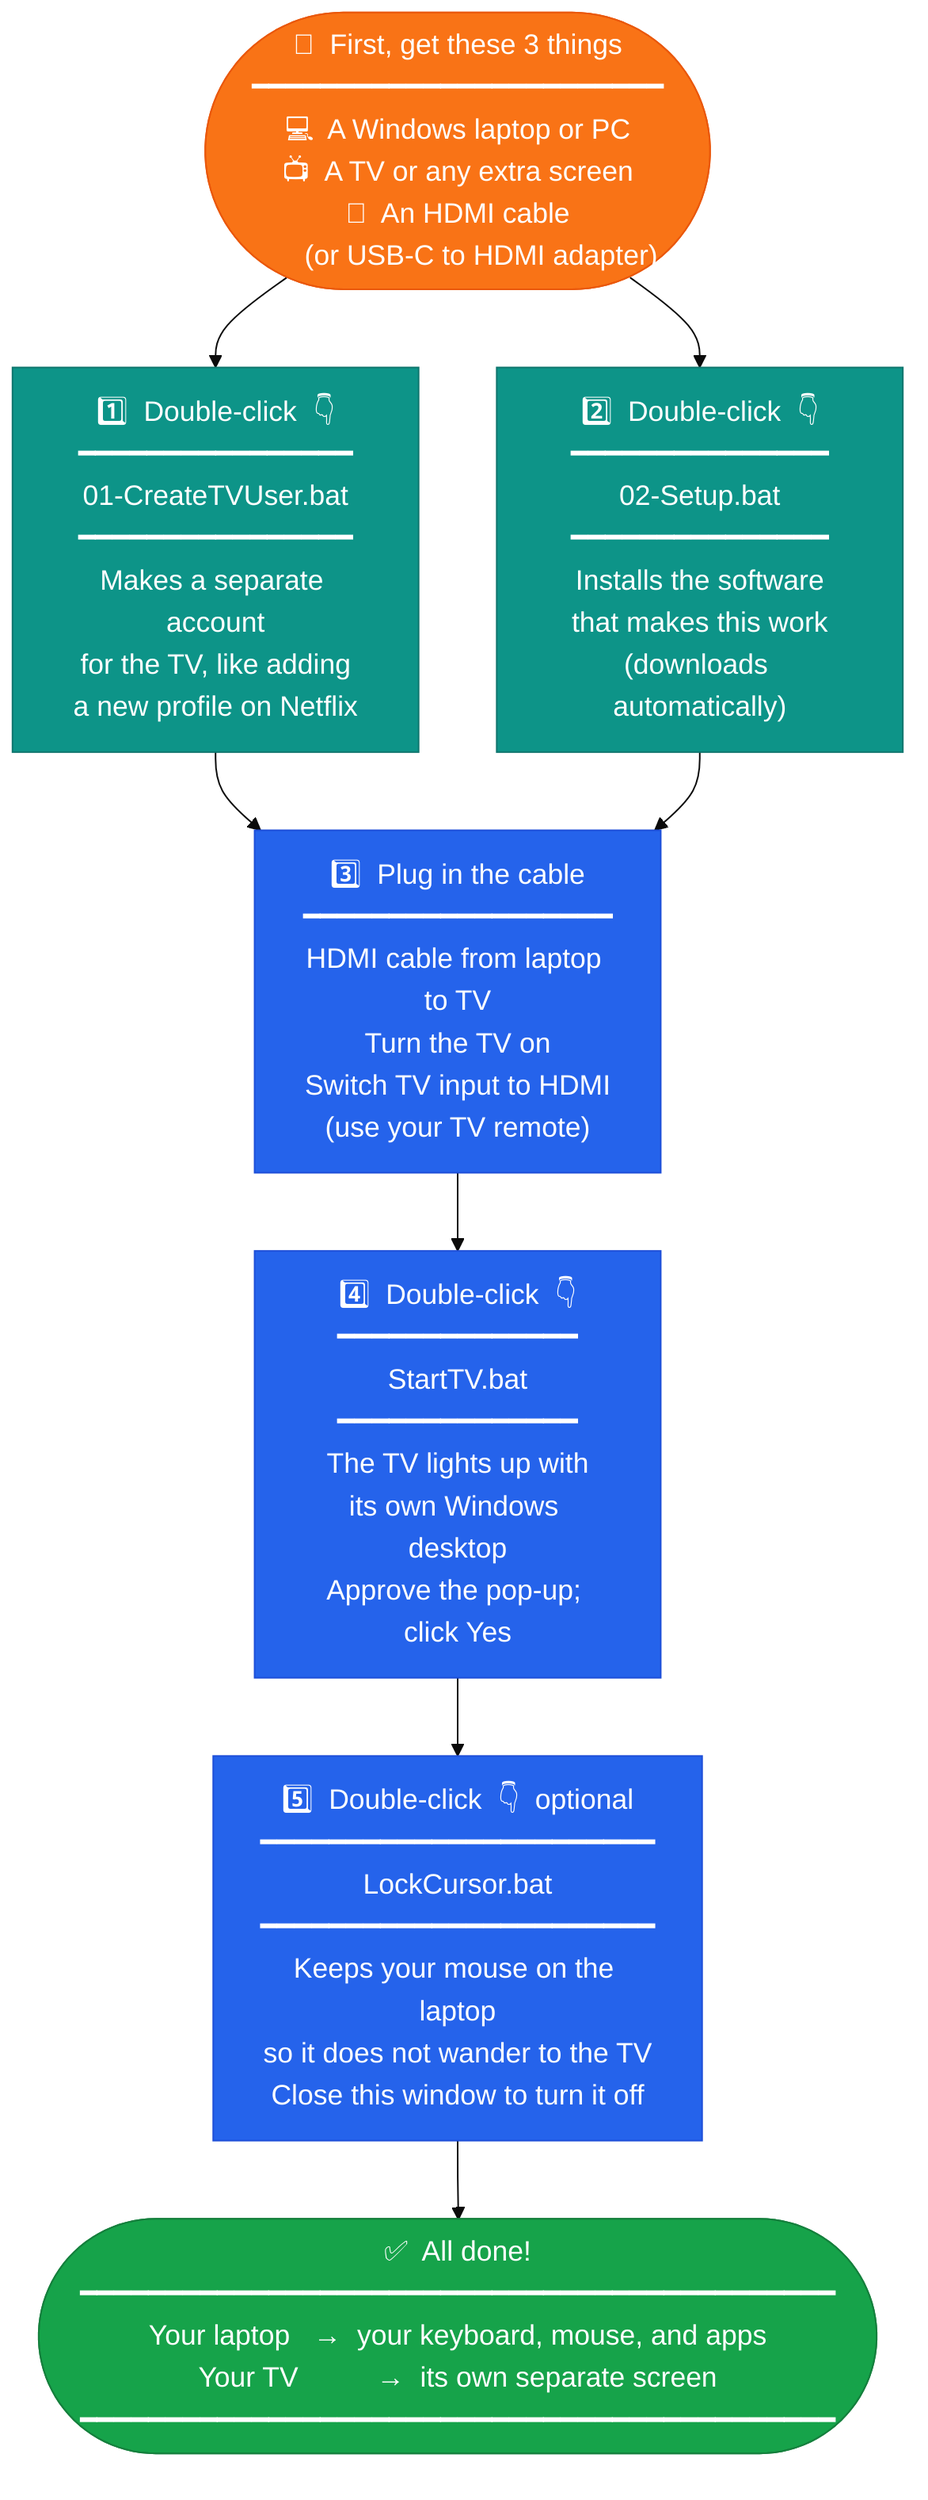
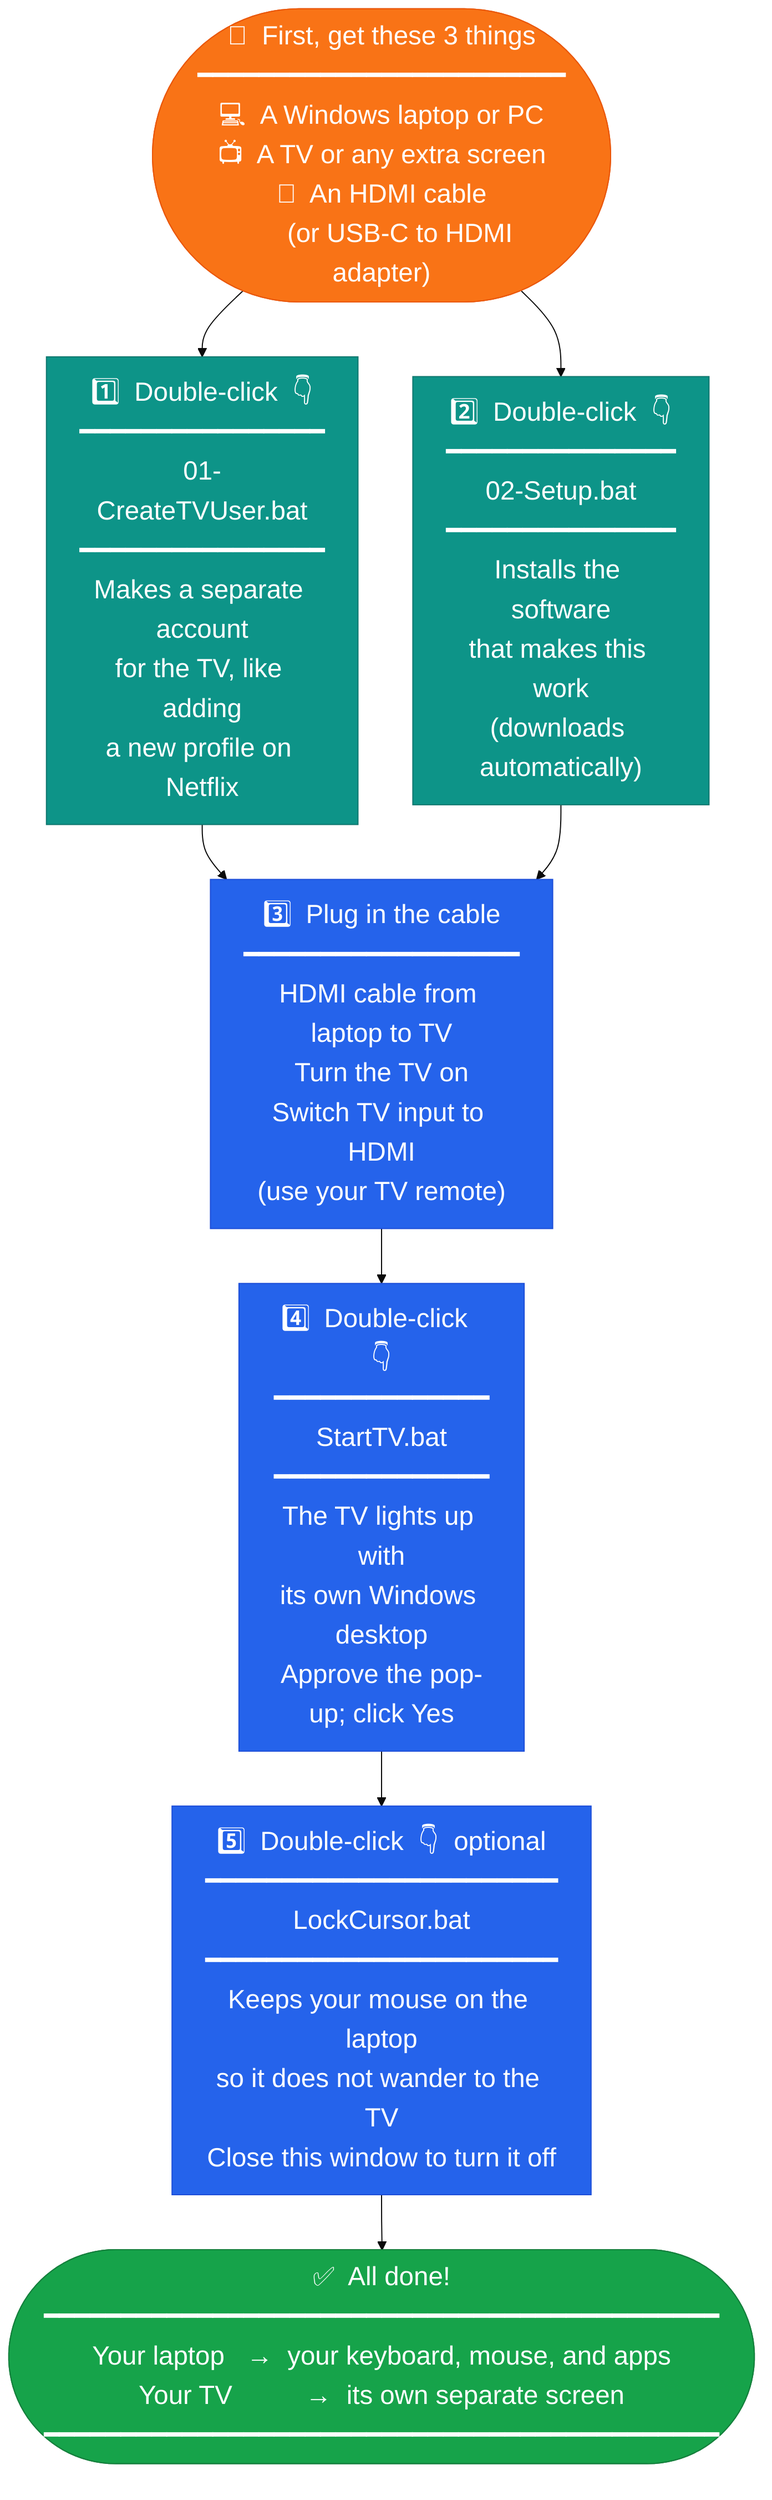
- %%{ init: { 'theme': 'base', 'themeVariables': { 'fontSize': '18px', 'fontFamily': 'arial' } } }%%
+ %%{ init: { 'theme': 'base', 'themeVariables': { 'fontSize': '24px', 'fontFamily': 'arial' } } }%%
flowchart TD
    classDef need fill:#f97316,stroke:#ea580c,color:#fff
    classDef once fill:#0d9488,stroke:#0f766e,color:#fff
    classDef daily fill:#2563eb,stroke:#1d4ed8,color:#fff
    classDef done fill:#16a34a,stroke:#15803d,color:#fff

    NEED(["🛒  First, get these 3 things\n━━━━━━━━━━━━━━━━━━━━━━━━\n💻  A Windows laptop or PC\n📺  A TV or any extra screen\n🔌  An HDMI cable\n      (or USB-C to HDMI adapter)"]):::need

    NEED --> S1["1️⃣  Double-click  👇\n━━━━━━━━━━━━━━━━\n01-CreateTVUser.bat\n━━━━━━━━━━━━━━━━\nMakes a separate account\nfor the TV, like adding\na new profile on Netflix"]:::once

    NEED --> S2["2️⃣  Double-click  👇\n━━━━━━━━━━━━━━━\n02-Setup.bat\n━━━━━━━━━━━━━━━\nInstalls the software\nthat makes this work\n(downloads automatically)"]:::once

    S1 & S2 --> S3["3️⃣  Plug in the cable\n━━━━━━━━━━━━━━━━━━\nHDMI cable from laptop to TV\nTurn the TV on\nSwitch TV input to HDMI\n(use your TV remote)"]:::daily

    S3 --> S4["4️⃣  Double-click  👇\n━━━━━━━━━━━━━━\nStartTV.bat\n━━━━━━━━━━━━━━\nThe TV lights up with\nits own Windows desktop\nApprove the pop-up; click Yes"]:::daily

    S4 --> S5["5️⃣  Double-click  👇  optional\n━━━━━━━━━━━━━━━━━━━━━━━\nLockCursor.bat\n━━━━━━━━━━━━━━━━━━━━━━━\nKeeps your mouse on the laptop\nso it does not wander to the TV\nClose this window to turn it off"]:::daily

    S5 --> DONE(["✅  All done!\n━━━━━━━━━━━━━━━━━━━━━━━━━━━━━━━━━━━━━━━━━━━━\nYour laptop   →  your keyboard, mouse, and apps\nYour TV          →  its own separate screen\n━━━━━━━━━━━━━━━━━━━━━━━━━━━━━━━━━━━━━━━━━━━━"]):::done
